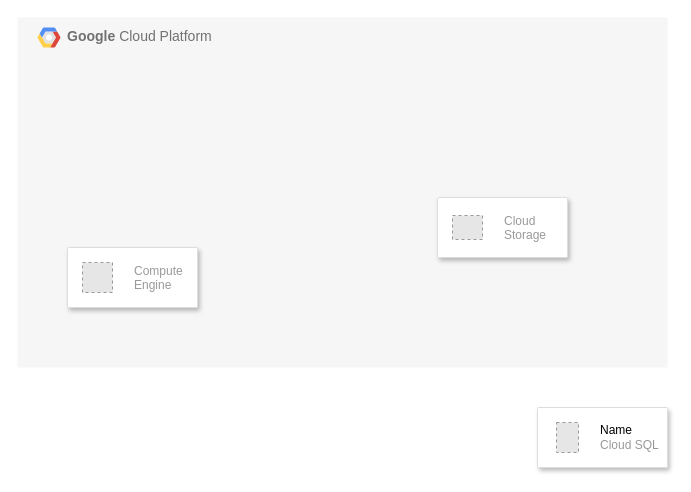
Earlier version of the draw.io diagram gcp.drawio (gryto/CapstoneProjectAWS). Source tidied: cells renumbered, new cells numbered last; positions are measured from the earlier drawing's top-left corner, leaving out a move shared by most shapes. Both pictures are drawn from the tidied source at 100%, with x=0, y=0 at pixel (17, 17). Pictures stored in the file or linked from it are replaced by grey dashed boxes.
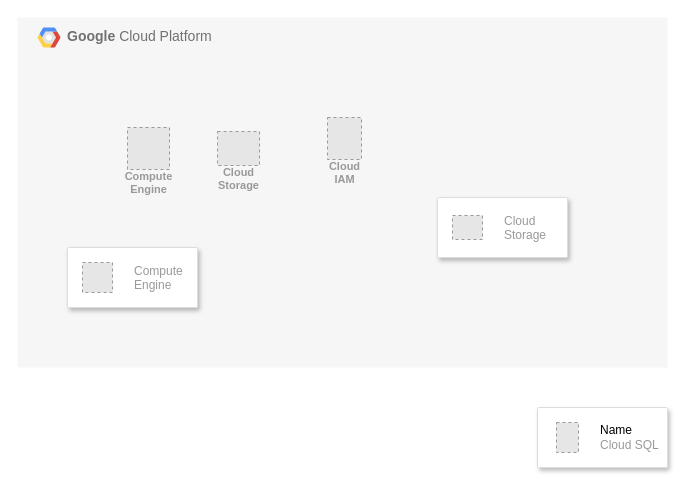
The same page after the edit.

Change to the diagram source:
```diff
@@
 <mxGraphModel>
   <root>
     <mxCell id="0" />
     <mxCell id="1" parent="0" />
     <mxCell id="2" value="&lt;b&gt;Google &lt;/b&gt;Cloud Platform" style="fillColor=#F6F6F6;strokeColor=none;shadow=0;gradientColor=none;fontSize=14;align=left;spacing=10;fontColor=#717171;9E9E9E;verticalAlign=top;spacingTop=-4;fontStyle=0;spacingLeft=40;html=1;" parent="1" vertex="1">
       <mxGeometry width="650" height="350" as="geometry" />
     </mxCell>
     <mxCell id="3" style="shape=mxgraph.gcp2.google_cloud_platform;fillColor=#F6F6F6;strokeColor=none;shadow=0;gradientColor=none;" parent="2" vertex="1">
       <mxGeometry width="23" height="20" relative="1" as="geometry">
         <mxPoint x="20" y="10" as="offset" />
       </mxGeometry>
     </mxCell>
     <mxCell id="4" style="strokeColor=#dddddd;shadow=1;strokeWidth=1;rounded=1;absoluteArcSize=1;arcSize=2;" parent="2" vertex="1">
       <mxGeometry x="420" y="180" width="130" height="60" as="geometry" />
     </mxCell>
     <mxCell id="5" value="Cloud&#10;Storage" style="fillColor=#E6E6E6;strokeColor=#999999;dashed=1;fontColor=#999999;verticalLabelPosition=middle;labelBackgroundColor=#ffffff;verticalAlign=middle;labelPosition=right;align=left;spacingLeft=20;" parent="4" vertex="1">
       <mxGeometry width="30" height="24" relative="1" as="geometry">
         <mxPoint x="15" y="18" as="offset" />
       </mxGeometry>
     </mxCell>
     <mxCell id="6" style="strokeColor=#dddddd;shadow=1;strokeWidth=1;rounded=1;absoluteArcSize=1;arcSize=2;" parent="2" vertex="1">
       <mxGeometry x="50" y="230" width="130" height="60" as="geometry" />
     </mxCell>
     <mxCell id="7" value="Compute&#10;Engine" style="fillColor=#E6E6E6;strokeColor=#999999;dashed=1;fontColor=#999999;verticalLabelPosition=middle;labelBackgroundColor=#ffffff;verticalAlign=middle;labelPosition=right;align=left;spacingLeft=20;" parent="6" vertex="1">
       <mxGeometry width="30" height="30" relative="1" as="geometry">
         <mxPoint x="15" y="15" as="offset" />
       </mxGeometry>
     </mxCell>
+    <mxCell id="10" value="Compute&#10;Engine" style="fillColor=#E6E6E6;strokeColor=#999999;dashed=1;html=1;verticalAlign=top;labelPosition=center;verticalLabelPosition=bottom;align=center;spacingTop=-6;fontSize=11;fontStyle=1;fontColor=#999999;" parent="2" vertex="1">
+      <mxGeometry x="110" y="110" width="42" height="42" as="geometry" />
+    </mxCell>
+    <mxCell id="11" value="Cloud&#10;Storage" style="fillColor=#E6E6E6;strokeColor=#999999;dashed=1;html=1;verticalAlign=top;labelPosition=center;verticalLabelPosition=bottom;align=center;spacingTop=-6;fontSize=11;fontStyle=1;fontColor=#999999;" parent="2" vertex="1">
+      <mxGeometry x="200" y="114" width="42" height="34" as="geometry" />
+    </mxCell>
+    <mxCell id="12" value="Cloud&#10;IAM" style="fillColor=#E6E6E6;strokeColor=#999999;dashed=1;html=1;verticalAlign=top;labelPosition=center;verticalLabelPosition=bottom;align=center;spacingTop=-6;fontSize=11;fontStyle=1;fontColor=#999999;" parent="2" vertex="1">
+      <mxGeometry x="310" y="100" width="34" height="42" as="geometry" />
+    </mxCell>
     <mxCell id="8" style="strokeColor=#dddddd;shadow=1;strokeWidth=1;rounded=1;absoluteArcSize=1;arcSize=2;" parent="1" vertex="1">
       <mxGeometry x="520" y="390" width="130" height="60" as="geometry" />
     </mxCell>
     <mxCell id="9" value="&lt;font color=&quot;#000000&quot;&gt;Name&lt;/font&gt;&lt;br&gt;Cloud SQL" style="fillColor=#E6E6E6;strokeColor=#999999;dashed=1;html=1;fontColor=#999999;verticalLabelPosition=middle;labelBackgroundColor=#ffffff;verticalAlign=middle;labelPosition=right;align=left;spacingLeft=20;" parent="8" vertex="1">
       <mxGeometry width="22" height="30" relative="1" as="geometry">
         <mxPoint x="19" y="15" as="offset" />
       </mxGeometry>
     </mxCell>
   </root>
 </mxGraphModel>
```
